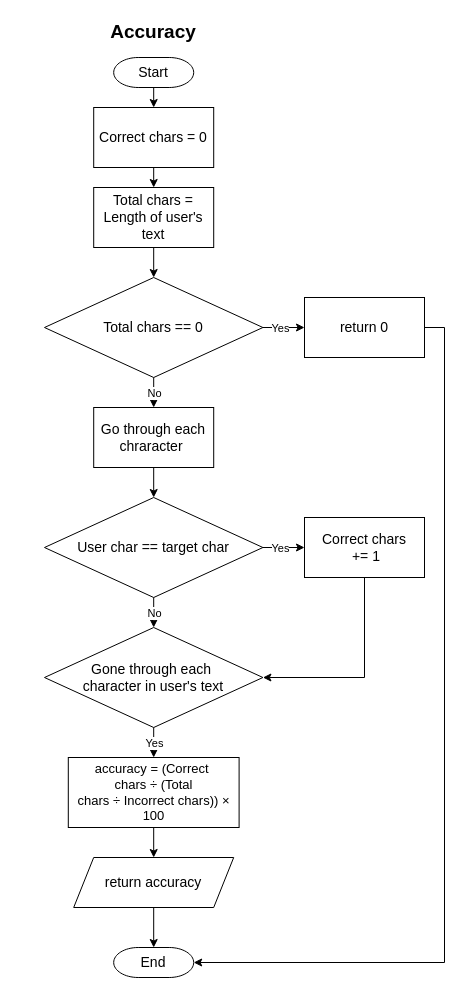
Above: diagrams/algorithms/accuracyCalcAlgo.drawio in Bxnetic/wahtype (draw.io), before the change. Source tidied: cells renumbered, new cells numbered last; positions are measured from the earlier drawing's top-left corner, leaving out a move shared by most shapes. Both pictures are drawn from the tidied source at 100%, with x=0, y=0 at pixel (44, 17).
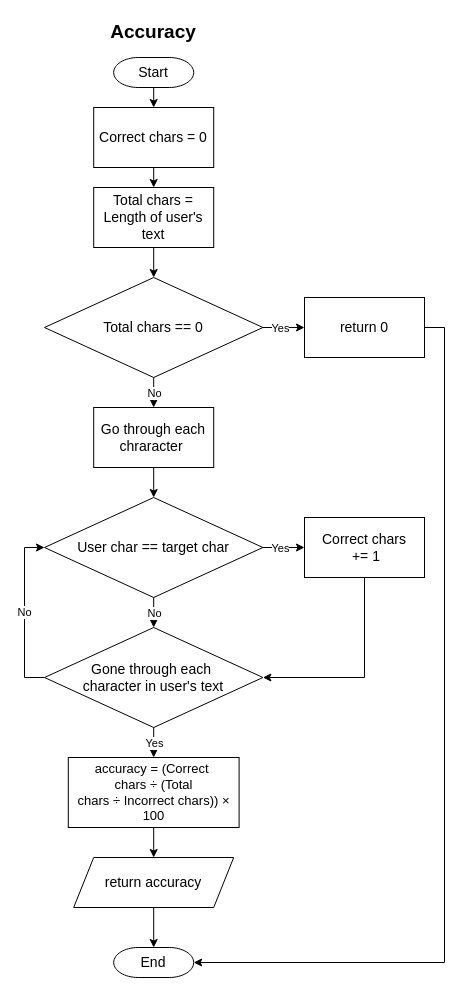
After the change.

Unchanged cells that the change refers to:
```xml
<mxCell id="12" value="&lt;div&gt;User char == target char&lt;/div&gt;" style="rhombus;html=1;spacing=9;spacingLeft=0;whiteSpace=wrap;labelPosition=center;verticalLabelPosition=middle;align=center;verticalAlign=middle;spacingBottom=0;gradientColor=none;fillColor=default;strokeColor=default;fontFamily=Helvetica;fontSize=14;fontColor=default;" parent="1" vertex="1">
  <mxGeometry y="480" width="218.4" height="100" as="geometry" />
</mxCell>
<mxCell id="24" value="&lt;div&gt;Gone through each&amp;nbsp;&lt;/div&gt;&lt;div&gt;character in user's text&lt;/div&gt;" style="rhombus;html=1;spacing=9;spacingLeft=0;whiteSpace=wrap;labelPosition=center;verticalLabelPosition=middle;align=center;verticalAlign=middle;spacingBottom=0;gradientColor=none;fillColor=default;strokeColor=default;fontFamily=Helvetica;fontSize=14;fontColor=default;" parent="1" vertex="1">
  <mxGeometry y="610" width="218.4" height="100" as="geometry" />
</mxCell>
```

Diff of the diagram source:
```diff
@@
+    <mxCell id="33" value="No" style="edgeStyle=orthogonalEdgeStyle;rounded=0;jettySize=auto;html=1;exitX=0;exitY=0.5;exitDx=0;exitDy=0;entryX=0;entryY=0.5;entryDx=0;entryDy=0;" parent="1" edge="1" source="24" target="12">
+      <mxGeometry relative="1" as="geometry" />
+    </mxCell>
```
